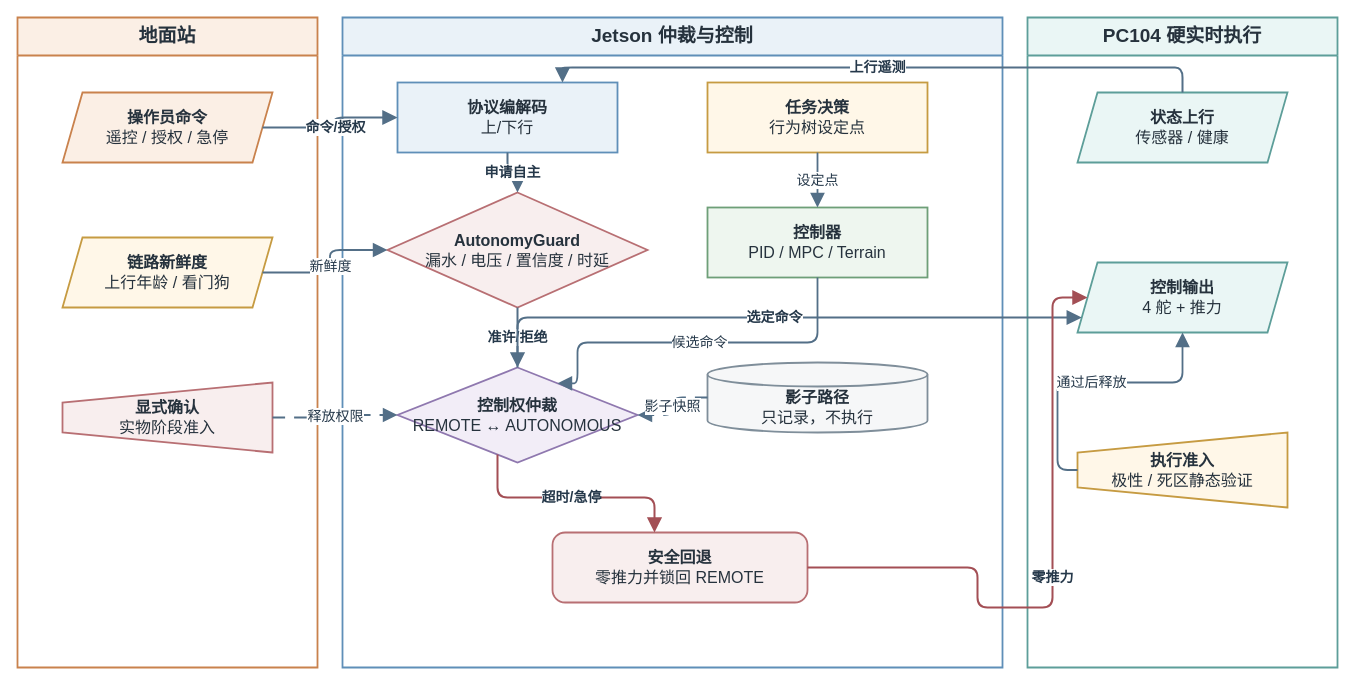
The draw.io diagram docs/internals/figures/architecture/auv_safety_arbiter_deployment.drawio in 360ZMEM/AUV-Master-Project, before the edit. Source tidied: cells renumbered, new cells numbered last; positions are measured from the earlier drawing's top-left corner, leaving out a move shared by most shapes. Both pictures are drawn from the tidied source at 100%, with x=0, y=0 at pixel (17, 17).
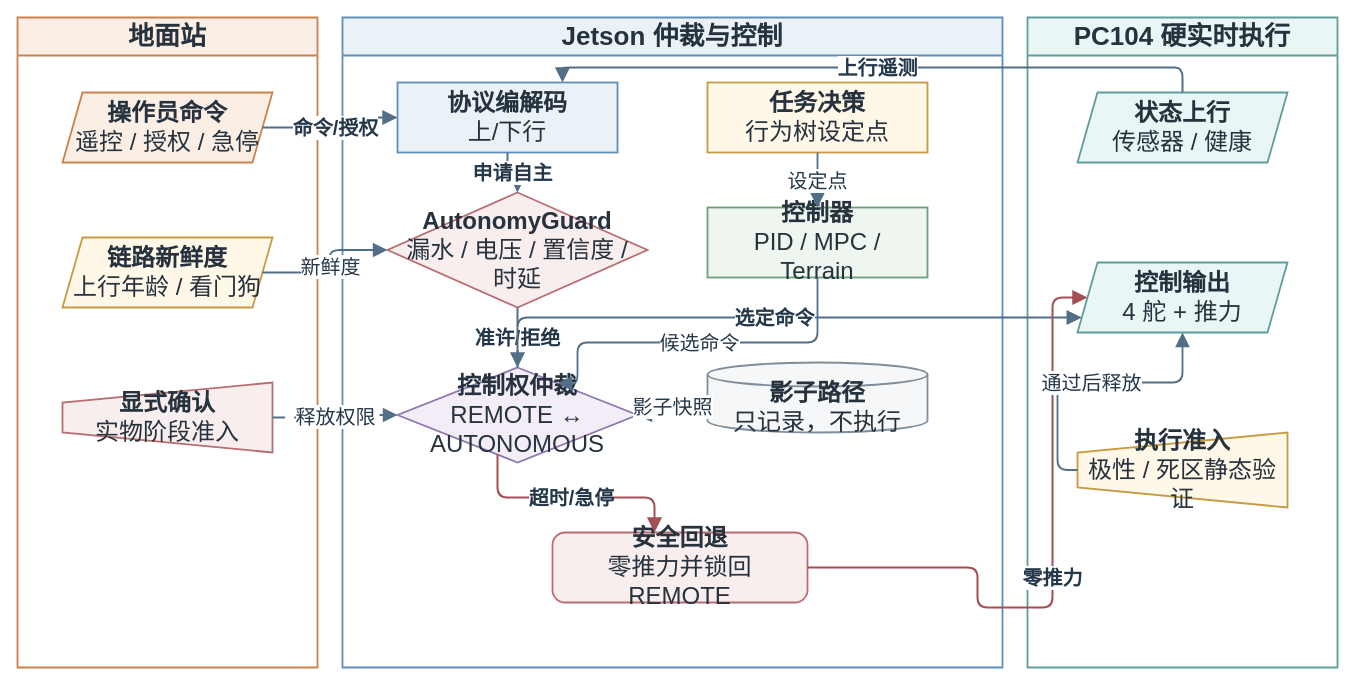
The same diagram, later.

Change to the diagram source:
```diff
@@
-    <mxCell id="2" value="地面站" style="swimlane;whiteSpace=wrap;html=1;startSize=38;rounded=0;fillColor=#FBEFE5;strokeColor=#C9824D;strokeWidth=1.8;fontFamily=Songti SC;fontSize=19;fontStyle=1;fontColor=#26323D;" parent="1" vertex="1">
+    <mxCell id="2" value="地面站" style="swimlane;whiteSpace=wrap;html=1;startSize=38;rounded=0;fillColor=#FBEFE5;strokeColor=#C9824D;strokeWidth=1.8;fontFamily=Songti SC;fontSize=26;fontStyle=1;fontColor=#26323D;" parent="1" vertex="1">
       <mxGeometry width="300" height="650" as="geometry" />
     </mxCell>
-    <mxCell id="3" value="Jetson 仲裁与控制" style="swimlane;whiteSpace=wrap;html=1;startSize=38;rounded=0;fillColor=#EAF2F8;strokeColor=#5F8FB8;strokeWidth=1.8;fontFamily=Songti SC;fontSize=19;fontStyle=1;fontColor=#26323D;" parent="1" vertex="1">
+    <mxCell id="3" value="Jetson 仲裁与控制" style="swimlane;whiteSpace=wrap;html=1;startSize=38;rounded=0;fillColor=#EAF2F8;strokeColor=#5F8FB8;strokeWidth=1.8;fontFamily=Songti SC;fontSize=26;fontStyle=1;fontColor=#26323D;" parent="1" vertex="1">
       <mxGeometry x="325" width="660" height="650" as="geometry" />
     </mxCell>
-    <mxCell id="4" value="PC104 硬实时执行" style="swimlane;whiteSpace=wrap;html=1;startSize=38;rounded=0;fillColor=#EAF6F5;strokeColor=#5D9E99;strokeWidth=1.8;fontFamily=Songti SC;fontSize=19;fontStyle=1;fontColor=#26323D;" parent="1" vertex="1">
+    <mxCell id="4" value="PC104 硬实时执行" style="swimlane;whiteSpace=wrap;html=1;startSize=38;rounded=0;fillColor=#EAF6F5;strokeColor=#5D9E99;strokeWidth=1.8;fontFamily=Songti SC;fontSize=26;fontStyle=1;fontColor=#26323D;" parent="1" vertex="1">
       <mxGeometry x="1010" width="310" height="650" as="geometry" />
     </mxCell>
-    <mxCell id="5" value="&lt;b&gt;操作员命令&lt;/b&gt;&lt;br&gt;遥控 / 授权 / 急停" style="shape=parallelogram;perimeter=parallelogramPerimeter;fixedSize=1;whiteSpace=wrap;html=1;align=center;verticalAlign=middle;fillColor=#FBEFE5;strokeColor=#C9824D;strokeWidth=1.8;spacing=8;fontFamily=Songti SC;fontSize=16;fontColor=#26323D;" parent="2" vertex="1">
+    <mxCell id="5" value="&lt;b&gt;操作员命令&lt;/b&gt;&lt;br&gt;遥控 / 授权 / 急停" style="shape=parallelogram;perimeter=parallelogramPerimeter;fixedSize=1;whiteSpace=wrap;html=1;align=center;verticalAlign=middle;fillColor=#FBEFE5;strokeColor=#C9824D;strokeWidth=1.8;spacing=8;fontFamily=Songti SC;fontSize=24;fontColor=#26323D;" parent="2" vertex="1">
       <mxGeometry x="45" y="75" width="210" height="70" as="geometry" />
     </mxCell>
-    <mxCell id="6" value="&lt;b&gt;链路新鲜度&lt;/b&gt;&lt;br&gt;上行年龄 / 看门狗" style="shape=parallelogram;perimeter=parallelogramPerimeter;fixedSize=1;whiteSpace=wrap;html=1;align=center;verticalAlign=middle;fillColor=#FFF7E8;strokeColor=#C69B42;strokeWidth=1.8;spacing=8;fontFamily=Songti SC;fontSize=16;fontColor=#26323D;" parent="2" vertex="1">
+    <mxCell id="6" value="&lt;b&gt;链路新鲜度&lt;/b&gt;&lt;br&gt;上行年龄 / 看门狗" style="shape=parallelogram;perimeter=parallelogramPerimeter;fixedSize=1;whiteSpace=wrap;html=1;align=center;verticalAlign=middle;fillColor=#FFF7E8;strokeColor=#C69B42;strokeWidth=1.8;spacing=8;fontFamily=Songti SC;fontSize=24;fontColor=#26323D;" parent="2" vertex="1">
       <mxGeometry x="45" y="220" width="210" height="70" as="geometry" />
     </mxCell>
-    <mxCell id="7" value="&lt;b&gt;显式确认&lt;/b&gt;&lt;br&gt;实物阶段准入" style="shape=trapezoid;perimeter=trapezoidPerimeter;fixedSize=1;direction=north;whiteSpace=wrap;html=1;align=center;verticalAlign=middle;fillColor=#F8EEEE;strokeColor=#B86F73;strokeWidth=1.8;spacing=8;fontFamily=Songti SC;fontSize=16;fontColor=#26323D;" parent="2" vertex="1">
+    <mxCell id="7" value="&lt;b&gt;显式确认&lt;/b&gt;&lt;br&gt;实物阶段准入" style="shape=trapezoid;perimeter=trapezoidPerimeter;fixedSize=1;direction=north;whiteSpace=wrap;html=1;align=center;verticalAlign=middle;fillColor=#F8EEEE;strokeColor=#B86F73;strokeWidth=1.8;spacing=8;fontFamily=Songti SC;fontSize=24;fontColor=#26323D;" parent="2" vertex="1">
       <mxGeometry x="45" y="365" width="210" height="70" as="geometry" />
     </mxCell>
-    <mxCell id="8" value="&lt;b&gt;协议编解码&lt;/b&gt;&lt;br&gt;上/下行" style="rounded=0;whiteSpace=wrap;html=1;align=center;verticalAlign=middle;fillColor=#EAF2F8;strokeColor=#5F8FB8;strokeWidth=1.8;spacing=8;fontFamily=Songti SC;fontSize=16;fontColor=#26323D;" parent="3" vertex="1">
+    <mxCell id="8" value="&lt;b&gt;协议编解码&lt;/b&gt;&lt;br&gt;上/下行" style="rounded=0;whiteSpace=wrap;html=1;align=center;verticalAlign=middle;fillColor=#EAF2F8;strokeColor=#5F8FB8;strokeWidth=1.8;spacing=8;fontFamily=Songti SC;fontSize=24;fontColor=#26323D;" parent="3" vertex="1">
       <mxGeometry x="55" y="65" width="220" height="70" as="geometry" />
     </mxCell>
-    <mxCell id="9" value="&lt;b&gt;AutonomyGuard&lt;/b&gt;&lt;br&gt;漏水 / 电压 / 置信度 / 时延" style="rhombus;whiteSpace=wrap;html=1;align=center;verticalAlign=middle;fillColor=#F8EEEE;strokeColor=#B86F73;strokeWidth=1.8;spacing=8;fontFamily=Songti SC;fontSize=16;fontColor=#26323D;" parent="3" vertex="1">
+    <mxCell id="9" value="&lt;b&gt;AutonomyGuard&lt;/b&gt;&lt;br&gt;漏水 / 电压 / 置信度 / 时延" style="rhombus;whiteSpace=wrap;html=1;align=center;verticalAlign=middle;fillColor=#F8EEEE;strokeColor=#B86F73;strokeWidth=1.8;spacing=8;fontFamily=Songti SC;fontSize=24;fontColor=#26323D;" parent="3" vertex="1">
       <mxGeometry x="45" y="175" width="260" height="115" as="geometry" />
     </mxCell>
-    <mxCell id="10" value="&lt;b&gt;控制权仲裁&lt;/b&gt;&lt;br&gt;REMOTE ↔ AUTONOMOUS" style="rhombus;whiteSpace=wrap;html=1;align=center;verticalAlign=middle;fillColor=#F2EDF7;strokeColor=#8F78AF;strokeWidth=1.8;spacing=8;fontFamily=Songti SC;fontSize=16;fontColor=#26323D;" parent="3" vertex="1">
+    <mxCell id="10" value="&lt;b&gt;控制权仲裁&lt;/b&gt;&lt;br&gt;REMOTE ↔ AUTONOMOUS" style="rhombus;whiteSpace=wrap;html=1;align=center;verticalAlign=middle;fillColor=#F2EDF7;strokeColor=#8F78AF;strokeWidth=1.8;spacing=8;fontFamily=Songti SC;fontSize=24;fontColor=#26323D;" parent="3" vertex="1">
       <mxGeometry x="55" y="350" width="240" height="95" as="geometry" />
     </mxCell>
-    <mxCell id="11" value="&lt;b&gt;任务决策&lt;/b&gt;&lt;br&gt;行为树设定点" style="rounded=0;whiteSpace=wrap;html=1;align=center;verticalAlign=middle;fillColor=#FFF7E8;strokeColor=#C69B42;strokeWidth=1.8;spacing=8;fontFamily=Songti SC;fontSize=16;fontColor=#26323D;" parent="3" vertex="1">
+    <mxCell id="11" value="&lt;b&gt;任务决策&lt;/b&gt;&lt;br&gt;行为树设定点" style="rounded=0;whiteSpace=wrap;html=1;align=center;verticalAlign=middle;fillColor=#FFF7E8;strokeColor=#C69B42;strokeWidth=1.8;spacing=8;fontFamily=Songti SC;fontSize=24;fontColor=#26323D;" parent="3" vertex="1">
       <mxGeometry x="365" y="65" width="220" height="70" as="geometry" />
     </mxCell>
-    <mxCell id="12" value="&lt;b&gt;控制器&lt;/b&gt;&lt;br&gt;PID / MPC / Terrain" style="rounded=0;whiteSpace=wrap;html=1;align=center;verticalAlign=middle;fillColor=#EEF6EF;strokeColor=#6E9F78;strokeWidth=1.8;spacing=8;fontFamily=Songti SC;fontSize=16;fontColor=#26323D;" parent="3" vertex="1">
+    <mxCell id="12" value="&lt;b&gt;控制器&lt;/b&gt;&lt;br&gt;PID / MPC / Terrain" style="rounded=0;whiteSpace=wrap;html=1;align=center;verticalAlign=middle;fillColor=#EEF6EF;strokeColor=#6E9F78;strokeWidth=1.8;spacing=8;fontFamily=Songti SC;fontSize=24;fontColor=#26323D;" parent="3" vertex="1">
       <mxGeometry x="365" y="190" width="220" height="70" as="geometry" />
     </mxCell>
-    <mxCell id="13" value="&lt;b&gt;影子路径&lt;/b&gt;&lt;br&gt;只记录，不执行" style="shape=cylinder3;boundedLbl=1;backgroundOutline=1;size=12;whiteSpace=wrap;html=1;align=center;verticalAlign=middle;fillColor=#F6F7F8;strokeColor=#7F8E9A;strokeWidth=1.8;spacing=8;fontFamily=Songti SC;fontSize=16;fontColor=#26323D;" parent="3" vertex="1">
+    <mxCell id="13" value="&lt;b&gt;影子路径&lt;/b&gt;&lt;br&gt;只记录，不执行" style="shape=cylinder3;boundedLbl=1;backgroundOutline=1;size=12;whiteSpace=wrap;html=1;align=center;verticalAlign=middle;fillColor=#F6F7F8;strokeColor=#7F8E9A;strokeWidth=1.8;spacing=8;fontFamily=Songti SC;fontSize=24;fontColor=#26323D;" parent="3" vertex="1">
       <mxGeometry x="365" y="345" width="220" height="70" as="geometry" />
     </mxCell>
-    <mxCell id="14" value="&lt;b&gt;安全回退&lt;/b&gt;&lt;br&gt;零推力并锁回 REMOTE" style="rounded=1;arcSize=18;whiteSpace=wrap;html=1;align=center;verticalAlign=middle;fillColor=#F8EEEE;strokeColor=#B86F73;strokeWidth=1.8;spacing=8;fontFamily=Songti SC;fontSize=16;fontColor=#26323D;" parent="3" vertex="1">
+    <mxCell id="14" value="&lt;b&gt;安全回退&lt;/b&gt;&lt;br&gt;零推力并锁回 REMOTE" style="rounded=1;arcSize=18;whiteSpace=wrap;html=1;align=center;verticalAlign=middle;fillColor=#F8EEEE;strokeColor=#B86F73;strokeWidth=1.8;spacing=8;fontFamily=Songti SC;fontSize=24;fontColor=#26323D;" parent="3" vertex="1">
       <mxGeometry x="210" y="515" width="255" height="70" as="geometry" />
     </mxCell>
-    <mxCell id="15" value="&lt;b&gt;状态上行&lt;/b&gt;&lt;br&gt;传感器 / 健康" style="shape=parallelogram;perimeter=parallelogramPerimeter;fixedSize=1;whiteSpace=wrap;html=1;align=center;verticalAlign=middle;fillColor=#EAF6F5;strokeColor=#5D9E99;strokeWidth=1.8;spacing=8;fontFamily=Songti SC;fontSize=16;fontColor=#26323D;" parent="4" vertex="1">
+    <mxCell id="15" value="&lt;b&gt;状态上行&lt;/b&gt;&lt;br&gt;传感器 / 健康" style="shape=parallelogram;perimeter=parallelogramPerimeter;fixedSize=1;whiteSpace=wrap;html=1;align=center;verticalAlign=middle;fillColor=#EAF6F5;strokeColor=#5D9E99;strokeWidth=1.8;spacing=8;fontFamily=Songti SC;fontSize=24;fontColor=#26323D;" parent="4" vertex="1">
       <mxGeometry x="50" y="75" width="210" height="70" as="geometry" />
     </mxCell>
-    <mxCell id="16" value="&lt;b&gt;控制输出&lt;/b&gt;&lt;br&gt;4 舵 + 推力" style="shape=parallelogram;perimeter=parallelogramPerimeter;fixedSize=1;whiteSpace=wrap;html=1;align=center;verticalAlign=middle;fillColor=#EAF6F5;strokeColor=#5D9E99;strokeWidth=1.8;spacing=8;fontFamily=Songti SC;fontSize=16;fontColor=#26323D;" parent="4" vertex="1">
+    <mxCell id="16" value="&lt;b&gt;控制输出&lt;/b&gt;&lt;br&gt;4 舵 + 推力" style="shape=parallelogram;perimeter=parallelogramPerimeter;fixedSize=1;whiteSpace=wrap;html=1;align=center;verticalAlign=middle;fillColor=#EAF6F5;strokeColor=#5D9E99;strokeWidth=1.8;spacing=8;fontFamily=Songti SC;fontSize=24;fontColor=#26323D;" parent="4" vertex="1">
       <mxGeometry x="50" y="245" width="210" height="70" as="geometry" />
     </mxCell>
-    <mxCell id="17" value="&lt;b&gt;执行准入&lt;/b&gt;&lt;br&gt;极性 / 死区静态验证" style="shape=trapezoid;perimeter=trapezoidPerimeter;fixedSize=1;direction=north;whiteSpace=wrap;html=1;align=center;verticalAlign=middle;fillColor=#FFF7E8;strokeColor=#C69B42;strokeWidth=1.8;spacing=8;fontFamily=Songti SC;fontSize=16;fontColor=#26323D;" parent="4" vertex="1">
+    <mxCell id="17" value="&lt;b&gt;执行准入&lt;/b&gt;&lt;br&gt;极性 / 死区静态验证" style="shape=trapezoid;perimeter=trapezoidPerimeter;fixedSize=1;direction=north;whiteSpace=wrap;html=1;align=center;verticalAlign=middle;fillColor=#FFF7E8;strokeColor=#C69B42;strokeWidth=1.8;spacing=8;fontFamily=Songti SC;fontSize=24;fontColor=#26323D;" parent="4" vertex="1">
       <mxGeometry x="50" y="415" width="210" height="75" as="geometry" />
     </mxCell>
-    <mxCell id="18" value="命令/授权" style="edgeStyle=orthogonalEdgeStyle;rounded=1;jettySize=auto;html=1;strokeColor=#536F87;strokeWidth=2.0;fontFamily=Songti SC;fontSize=14;fontStyle=1;fontColor=#25384A;labelBackgroundColor=#FFFFFF;labelBorderColor=none;endArrow=block;endFill=1;endSize=10;exitX=1;entryX=0;" parent="1" edge="1" source="5" target="8">
+    <mxCell id="18" value="命令/授权" style="edgeStyle=orthogonalEdgeStyle;rounded=1;jettySize=auto;html=1;strokeColor=#536F87;strokeWidth=2.0;fontFamily=Songti SC;fontSize=20;fontStyle=1;fontColor=#25384A;labelBackgroundColor=#FFFFFF;labelBorderColor=none;endArrow=block;endFill=1;endSize=10;exitX=1;entryX=0;" parent="1" edge="1" source="5" target="8">
       <mxGeometry relative="1" as="geometry" />
     </mxCell>
-    <mxCell id="19" value="新鲜度" style="edgeStyle=orthogonalEdgeStyle;rounded=1;jettySize=auto;html=1;strokeColor=#536F87;strokeWidth=1.8;fontFamily=Songti SC;fontSize=14;fontColor=#25384A;labelBackgroundColor=#FFFFFF;labelBorderColor=none;endArrow=block;endFill=1;endSize=10;exitX=1;entryX=0;" parent="1" edge="1" source="6" target="9">
+    <mxCell id="19" value="新鲜度" style="edgeStyle=orthogonalEdgeStyle;rounded=1;jettySize=auto;html=1;strokeColor=#536F87;strokeWidth=1.8;fontFamily=Songti SC;fontSize=20;fontColor=#25384A;labelBackgroundColor=#FFFFFF;labelBorderColor=none;endArrow=block;endFill=1;endSize=10;exitX=1;entryX=0;" parent="1" edge="1" source="6" target="9">
       <mxGeometry relative="1" as="geometry" />
     </mxCell>
-    <mxCell id="20" value="释放权限" style="edgeStyle=orthogonalEdgeStyle;rounded=1;jettySize=auto;html=1;strokeColor=#536F87;strokeWidth=1.8;fontFamily=Songti SC;fontSize=14;fontColor=#25384A;labelBackgroundColor=#FFFFFF;labelBorderColor=none;endArrow=block;endFill=1;endSize=10;dashed=1;dashPattern=7 5;exitX=1;entryX=0;" parent="1" edge="1" source="7" target="10">
+    <mxCell id="20" value="释放权限" style="edgeStyle=orthogonalEdgeStyle;rounded=1;jettySize=auto;html=1;strokeColor=#536F87;strokeWidth=1.8;fontFamily=Songti SC;fontSize=20;fontColor=#25384A;labelBackgroundColor=#FFFFFF;labelBorderColor=none;endArrow=block;endFill=1;endSize=10;dashed=1;dashPattern=7 5;exitX=1;entryX=0;" parent="1" edge="1" source="7" target="10">
       <mxGeometry relative="1" as="geometry" />
     </mxCell>
-    <mxCell id="21" value="上行遥测" style="edgeStyle=orthogonalEdgeStyle;rounded=1;jettySize=auto;html=1;strokeColor=#536F87;strokeWidth=2.0;fontFamily=Songti SC;fontSize=14;fontStyle=1;fontColor=#25384A;labelBackgroundColor=#FFFFFF;labelBorderColor=none;endArrow=block;endFill=1;endSize=10;exitX=0.5;exitY=0;entryX=0.75;entryY=0;" parent="1" edge="1" source="15" target="8">
+    <mxCell id="21" value="上行遥测" style="edgeStyle=orthogonalEdgeStyle;rounded=1;jettySize=auto;html=1;strokeColor=#536F87;strokeWidth=2.0;fontFamily=Songti SC;fontSize=20;fontStyle=1;fontColor=#25384A;labelBackgroundColor=#FFFFFF;labelBorderColor=none;endArrow=block;endFill=1;endSize=10;exitX=0.5;exitY=0;entryX=0.75;entryY=0;" parent="1" edge="1" source="15" target="8">
       <mxGeometry relative="1" as="geometry">
         <Array as="points">
           <mxPoint x="1150" y="50" />
           <mxPoint x="490" y="50" />
         </Array>
       </mxGeometry>
     </mxCell>
-    <mxCell id="22" value="申请自主" style="edgeStyle=orthogonalEdgeStyle;rounded=1;jettySize=auto;html=1;strokeColor=#536F87;strokeWidth=2.0;fontFamily=Songti SC;fontSize=14;fontStyle=1;fontColor=#25384A;labelBackgroundColor=#FFFFFF;labelBorderColor=none;endArrow=block;endFill=1;endSize=10;exitX=0.5;exitY=1;entryX=0.5;entryY=0;" parent="1" edge="1" source="8" target="9">
+    <mxCell id="22" value="申请自主" style="edgeStyle=orthogonalEdgeStyle;rounded=1;jettySize=auto;html=1;strokeColor=#536F87;strokeWidth=2.0;fontFamily=Songti SC;fontSize=20;fontStyle=1;fontColor=#25384A;labelBackgroundColor=#FFFFFF;labelBorderColor=none;endArrow=block;endFill=1;endSize=10;exitX=0.5;exitY=1;entryX=0.5;entryY=0;" parent="1" edge="1" source="8" target="9">
       <mxGeometry relative="1" as="geometry" />
     </mxCell>
-    <mxCell id="23" value="准许/拒绝" style="edgeStyle=orthogonalEdgeStyle;rounded=1;jettySize=auto;html=1;strokeColor=#536F87;strokeWidth=2.0;fontFamily=Songti SC;fontSize=14;fontStyle=1;fontColor=#25384A;labelBackgroundColor=#FFFFFF;labelBorderColor=none;endArrow=block;endFill=1;endSize=10;exitX=0.5;exitY=1;entryX=0.5;entryY=0;" parent="1" edge="1" source="9" target="10">
+    <mxCell id="23" value="准许/拒绝" style="edgeStyle=orthogonalEdgeStyle;rounded=1;jettySize=auto;html=1;strokeColor=#536F87;strokeWidth=2.0;fontFamily=Songti SC;fontSize=20;fontStyle=1;fontColor=#25384A;labelBackgroundColor=#FFFFFF;labelBorderColor=none;endArrow=block;endFill=1;endSize=10;exitX=0.5;exitY=1;entryX=0.5;entryY=0;" parent="1" edge="1" source="9" target="10">
       <mxGeometry relative="1" as="geometry" />
     </mxCell>
-    <mxCell id="24" value="设定点" style="edgeStyle=orthogonalEdgeStyle;rounded=1;jettySize=auto;html=1;strokeColor=#536F87;strokeWidth=1.8;fontFamily=Songti SC;fontSize=14;fontColor=#25384A;labelBackgroundColor=#FFFFFF;labelBorderColor=none;endArrow=block;endFill=1;endSize=10;exitX=0.5;exitY=1;entryX=0.5;entryY=0;" parent="1" edge="1" source="11" target="12">
+    <mxCell id="24" value="设定点" style="edgeStyle=orthogonalEdgeStyle;rounded=1;jettySize=auto;html=1;strokeColor=#536F87;strokeWidth=1.8;fontFamily=Songti SC;fontSize=20;fontColor=#25384A;labelBackgroundColor=#FFFFFF;labelBorderColor=none;endArrow=block;endFill=1;endSize=10;exitX=0.5;exitY=1;entryX=0.5;entryY=0;" parent="1" edge="1" source="11" target="12">
       <mxGeometry relative="1" as="geometry" />
     </mxCell>
-    <mxCell id="25" value="候选命令" style="edgeStyle=orthogonalEdgeStyle;rounded=1;jettySize=auto;html=1;strokeColor=#536F87;strokeWidth=1.8;fontFamily=Songti SC;fontSize=14;fontColor=#25384A;labelBackgroundColor=#FFFFFF;labelBorderColor=none;endArrow=block;endFill=1;endSize=10;exitX=0.5;exitY=1;entryX=0.75;entryY=0;" parent="1" edge="1" source="12" target="10">
+    <mxCell id="25" value="候选命令" style="edgeStyle=orthogonalEdgeStyle;rounded=1;jettySize=auto;html=1;strokeColor=#536F87;strokeWidth=1.8;fontFamily=Songti SC;fontSize=20;fontColor=#25384A;labelBackgroundColor=#FFFFFF;labelBorderColor=none;endArrow=block;endFill=1;endSize=10;exitX=0.5;exitY=1;entryX=0.75;entryY=0;" parent="1" edge="1" source="12" target="10">
       <mxGeometry relative="1" as="geometry">
         <Array as="points">
           <mxPoint x="800" y="325" />
           <mxPoint x="560" y="325" />
         </Array>
       </mxGeometry>
     </mxCell>
-    <mxCell id="26" value="选定命令" style="edgeStyle=orthogonalEdgeStyle;rounded=1;jettySize=auto;html=1;strokeColor=#536F87;strokeWidth=2.0;fontFamily=Songti SC;fontSize=14;fontStyle=1;fontColor=#25384A;labelBackgroundColor=#FFFFFF;labelBorderColor=none;endArrow=block;endFill=1;endSize=10;exitX=1;entryX=0;" parent="1" edge="1" source="10" target="16">
+    <mxCell id="26" value="选定命令" style="edgeStyle=orthogonalEdgeStyle;rounded=1;jettySize=auto;html=1;strokeColor=#536F87;strokeWidth=2.0;fontFamily=Songti SC;fontSize=20;fontStyle=1;fontColor=#25384A;labelBackgroundColor=#FFFFFF;labelBorderColor=none;endArrow=block;endFill=1;endSize=10;exitX=1;entryX=0;" parent="1" edge="1" source="10" target="16">
       <mxGeometry relative="1" as="geometry">
         <Array as="points">
           <mxPoint x="650" y="300" />
           <mxPoint x="1035" y="300" />
         </Array>
       </mxGeometry>
     </mxCell>
-    <mxCell id="27" value="超时/急停" style="edgeStyle=orthogonalEdgeStyle;rounded=1;jettySize=auto;html=1;strokeColor=#A34F55;strokeWidth=2.0;fontFamily=Songti SC;fontSize=14;fontStyle=1;fontColor=#25384A;labelBackgroundColor=#FFFFFF;labelBorderColor=none;endArrow=block;endFill=1;endSize=10;exitX=0.4;exitY=1;entryX=0.4;entryY=0;" parent="1" edge="1" source="10" target="14">
+    <mxCell id="27" value="超时/急停" style="edgeStyle=orthogonalEdgeStyle;rounded=1;jettySize=auto;html=1;strokeColor=#A34F55;strokeWidth=2.0;fontFamily=Songti SC;fontSize=20;fontStyle=1;fontColor=#25384A;labelBackgroundColor=#FFFFFF;labelBorderColor=none;endArrow=block;endFill=1;endSize=10;exitX=0.4;exitY=1;entryX=0.4;entryY=0;" parent="1" edge="1" source="10" target="14">
       <mxGeometry relative="1" as="geometry" />
     </mxCell>
-    <mxCell id="28" value="零推力" style="edgeStyle=orthogonalEdgeStyle;rounded=1;jettySize=auto;html=1;strokeColor=#A34F55;strokeWidth=2.0;fontFamily=Songti SC;fontSize=14;fontStyle=1;fontColor=#25384A;labelBackgroundColor=#FFFFFF;labelBorderColor=none;endArrow=block;endFill=1;endSize=10;exitX=1;entryX=0;entryY=0.5;" parent="1" edge="1" source="14" target="16">
+    <mxCell id="28" value="零推力" style="edgeStyle=orthogonalEdgeStyle;rounded=1;jettySize=auto;html=1;strokeColor=#A34F55;strokeWidth=2.0;fontFamily=Songti SC;fontSize=20;fontStyle=1;fontColor=#25384A;labelBackgroundColor=#FFFFFF;labelBorderColor=none;endArrow=block;endFill=1;endSize=10;exitX=1;entryX=0;entryY=0.5;" parent="1" edge="1" source="14" target="16">
       <mxGeometry relative="1" as="geometry">
         <Array as="points">
           <mxPoint x="960" y="590" />
           <mxPoint x="1035" y="590" />
           <mxPoint x="1035" y="280" />
         </Array>
       </mxGeometry>
     </mxCell>
-    <mxCell id="29" value="影子快照" style="edgeStyle=orthogonalEdgeStyle;rounded=1;jettySize=auto;html=1;strokeColor=#536F87;strokeWidth=1.8;fontFamily=Songti SC;fontSize=14;fontColor=#25384A;labelBackgroundColor=#FFFFFF;labelBorderColor=none;endArrow=block;endFill=1;endSize=10;dashed=1;dashPattern=7 5;exitX=0;entryX=1;" parent="1" edge="1" source="13" target="10">
+    <mxCell id="29" value="影子快照" style="edgeStyle=orthogonalEdgeStyle;rounded=1;jettySize=auto;html=1;strokeColor=#536F87;strokeWidth=1.8;fontFamily=Songti SC;fontSize=20;fontColor=#25384A;labelBackgroundColor=#FFFFFF;labelBorderColor=none;endArrow=block;endFill=1;endSize=10;dashed=1;dashPattern=7 5;exitX=0;entryX=1;" parent="1" edge="1" source="13" target="10">
       <mxGeometry relative="1" as="geometry" />
     </mxCell>
-    <mxCell id="30" value="通过后释放" style="edgeStyle=orthogonalEdgeStyle;rounded=1;jettySize=auto;html=1;strokeColor=#536F87;strokeWidth=1.8;fontFamily=Songti SC;fontSize=14;fontColor=#25384A;labelBackgroundColor=#FFFFFF;labelBorderColor=none;endArrow=block;endFill=1;endSize=10;exitX=0.5;exitY=0;entryX=0.5;entryY=1;" parent="1" edge="1" source="17" target="16">
+    <mxCell id="30" value="通过后释放" style="edgeStyle=orthogonalEdgeStyle;rounded=1;jettySize=auto;html=1;strokeColor=#536F87;strokeWidth=1.8;fontFamily=Songti SC;fontSize=20;fontColor=#25384A;labelBackgroundColor=#FFFFFF;labelBorderColor=none;endArrow=block;endFill=1;endSize=10;exitX=0.5;exitY=0;entryX=0.5;entryY=1;" parent="1" edge="1" source="17" target="16">
       <mxGeometry relative="1" as="geometry" />
     </mxCell>
```
